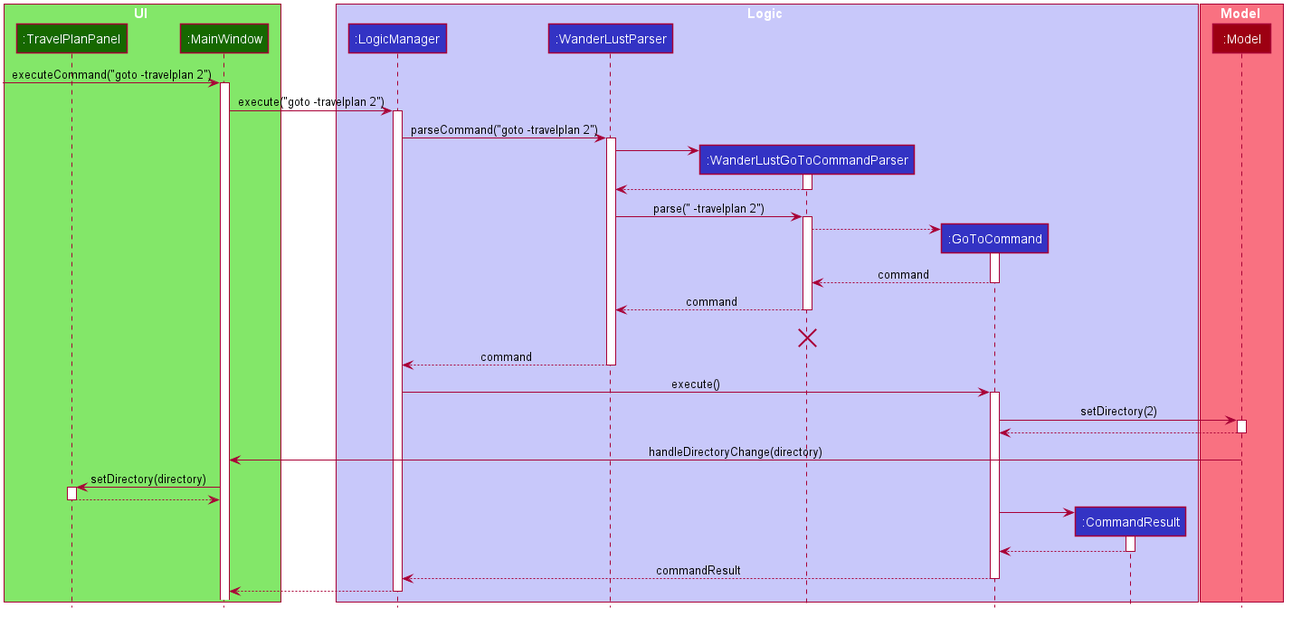
underthehai/tp keeps this PlantUML diagram as docs/images/GoToUiSequenceDiagram.png. Above is the earlier version.
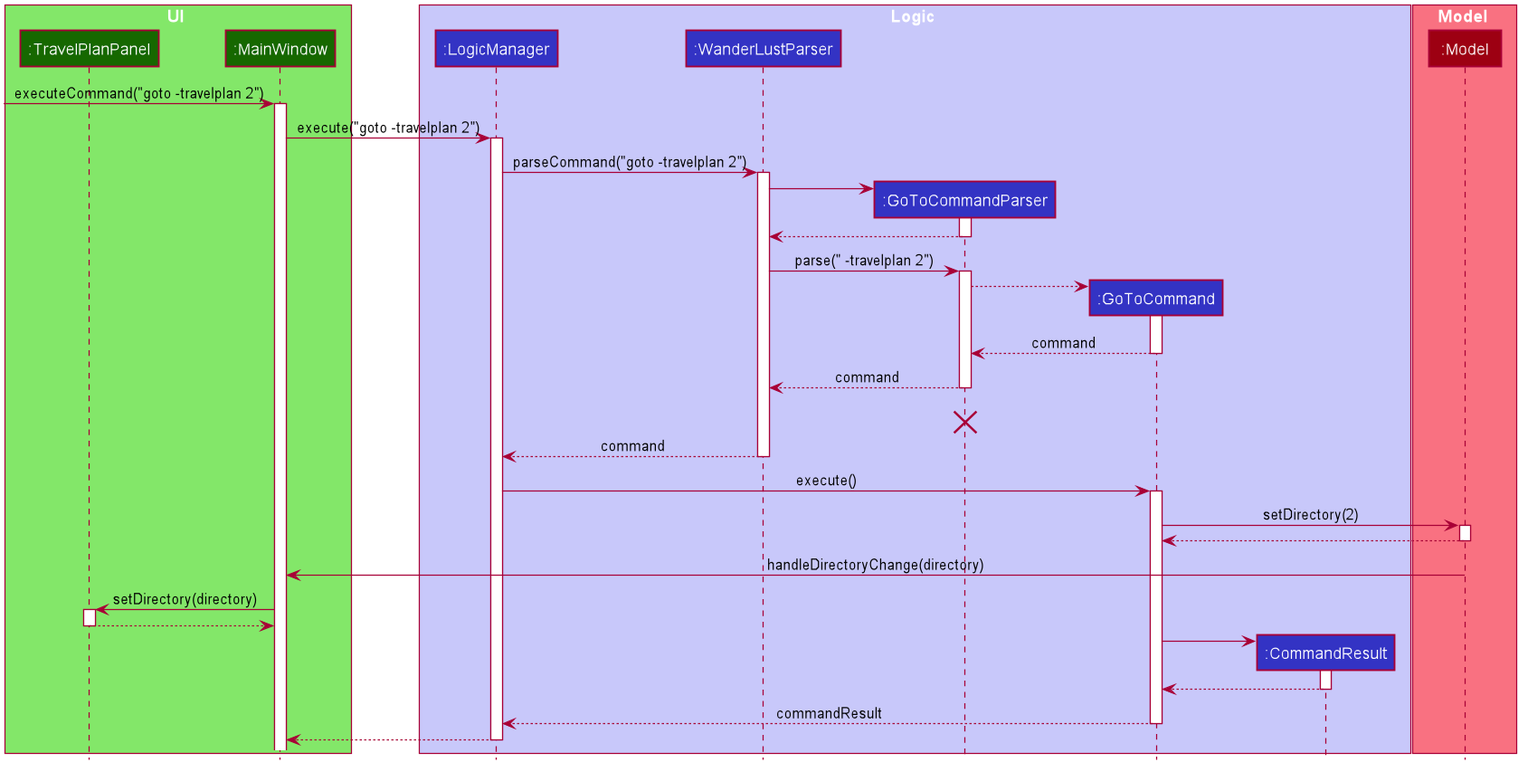
Above is the later version.

Change to the diagram source:
```diff
@@ -56,7 +56,7 @@
 box Logic #C8C8FA
 participant ":LogicManager" as LogicManager #3333C4
 participant ":WanderLustParser" as WanderLustParser #3333C4
-participant ":WanderLustGoToCommandParser" as WanderLustGoToCommandParser #3333C4
+participant ":GoToCommandParser" as GoToCommandParser #3333C4
 participant ":GoToCommand" as GoToCommand #3333C4
 participant ":CommandResult" as CommandResult #3333C4
 end box
@@ -73,27 +73,27 @@
 LogicManager -> WanderLustParser :parseCommand("goto -travelplan 2")
 activate WanderLustParser
 
-create WanderLustGoToCommandParser
-WanderLustParser -> WanderLustGoToCommandParser
-activate WanderLustGoToCommandParser
+create GoToCommandParser
+WanderLustParser -> GoToCommandParser
+activate GoToCommandParser
 
-WanderLustGoToCommandParser --> WanderLustParser
-deactivate WanderLustGoToCommandParser
+GoToCommandParser --> WanderLustParser
+deactivate GoToCommandParser
 
-WanderLustParser -> WanderLustGoToCommandParser :parse(" -travelplan 2")
-activate WanderLustGoToCommandParser
+WanderLustParser -> GoToCommandParser :parse(" -travelplan 2")
+activate GoToCommandParser
 
 create GoToCommand
-WanderLustGoToCommandParser --> GoToCommand
+GoToCommandParser --> GoToCommand
 activate GoToCommand
 
-GoToCommand --> WanderLustGoToCommandParser :command
+GoToCommand --> GoToCommandParser :command
 deactivate GoToCommand
 
-WanderLustGoToCommandParser --> WanderLustParser :command
-deactivate WanderLustGoToCommandParser
-WanderLustGoToCommandParser -[hidden]-> WanderLustParser :command
-destroy WanderLustGoToCommandParser
+GoToCommandParser --> WanderLustParser :command
+deactivate GoToCommandParser
+GoToCommandParser -[hidden]-> WanderLustParser :command
+destroy GoToCommandParser
 
 WanderLustParser --> LogicManager :command
 deactivate WanderLustParser
```
